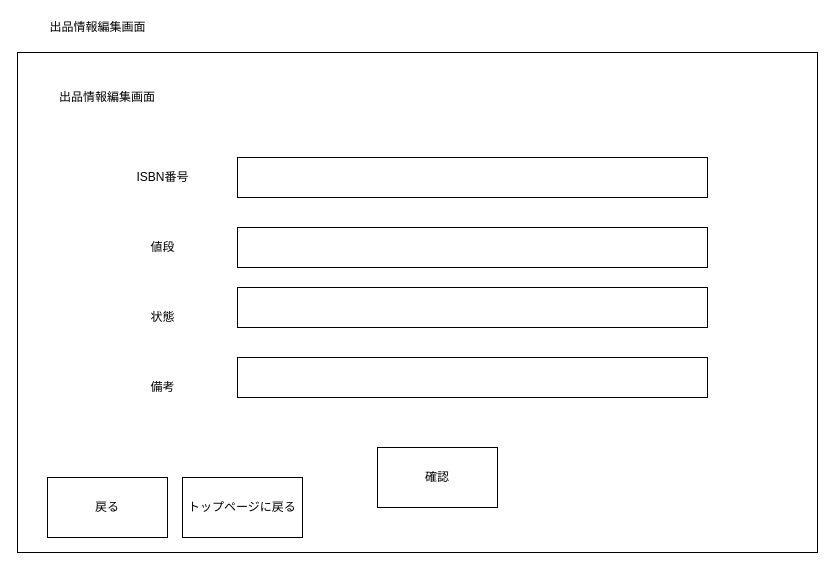
This is レイアウト図/会員画面/出品履歴/出品情報編集画面.drawio from 2022java42-student009/ProjectJava, a draw.io file, before an edit. Source tidied: cells renumbered, new cells numbered last; positions are measured from the earlier drawing's top-left corner, leaving out a move shared by most shapes. Both pictures are drawn from the tidied source at 100%, with x=0, y=0 at pixel (17, 17).
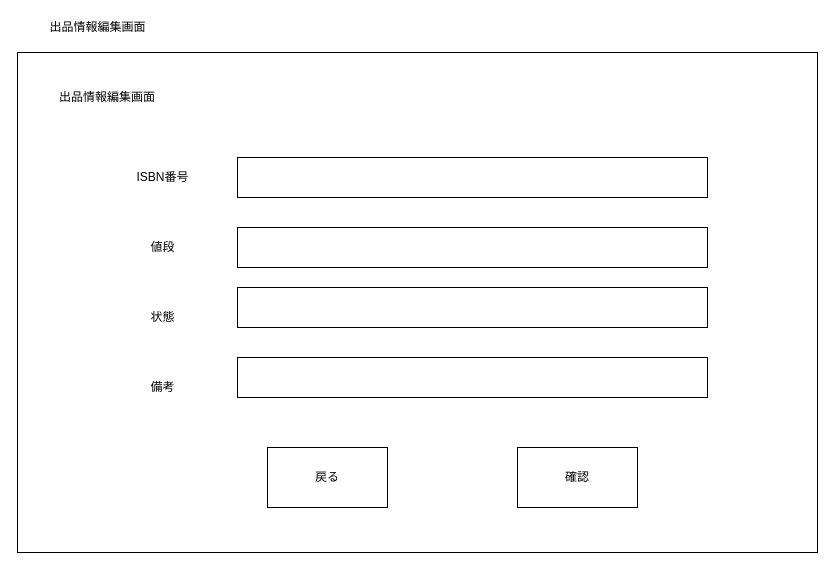
After the change.

The edit, as a diff of the source:
```diff
@@
 <mxGraphModel>
   <root>
     <mxCell id="0" />
     <mxCell id="1" parent="0" />
     <mxCell id="2" value="出品情報編集画面" style="text;html=1;align=center;verticalAlign=middle;strokeColor=none;fillColor=none;" parent="1" vertex="1">
       <mxGeometry x="25" width="110" height="20" as="geometry" />
     </mxCell>
     <mxCell id="3" style="rounded=0;whiteSpace=wrap;html=1;" parent="1" vertex="1">
       <mxGeometry y="35" width="800" height="500" as="geometry" />
     </mxCell>
     <mxCell id="4" value="出品情報編集画面" style="rounded=0;whiteSpace=wrap;html=1;strokeColor=none;" parent="1" vertex="1">
       <mxGeometry x="30" y="50" width="120" height="60" as="geometry" />
     </mxCell>
     <mxCell id="5" style="rounded=0;whiteSpace=wrap;html=1;shadow=0;" parent="1" vertex="1">
       <mxGeometry x="220" y="140" width="470" height="40" as="geometry" />
     </mxCell>
     <mxCell id="6" style="rounded=0;whiteSpace=wrap;html=1;shadow=0;" parent="1" vertex="1">
       <mxGeometry x="220" y="210" width="470" height="40" as="geometry" />
     </mxCell>
     <mxCell id="7" style="rounded=0;whiteSpace=wrap;html=1;shadow=0;" parent="1" vertex="1">
       <mxGeometry x="220" y="270" width="470" height="40" as="geometry" />
     </mxCell>
     <mxCell id="8" style="rounded=0;whiteSpace=wrap;html=1;shadow=0;" parent="1" vertex="1">
       <mxGeometry x="220" y="340" width="470" height="40" as="geometry" />
     </mxCell>
     <mxCell id="9" value="備考" style="text;html=1;align=center;verticalAlign=middle;strokeColor=none;fillColor=none;" parent="1" vertex="1">
       <mxGeometry x="125" y="360" width="40" height="20" as="geometry" />
     </mxCell>
     <mxCell id="10" value="値段" style="text;html=1;align=center;verticalAlign=middle;strokeColor=none;fillColor=none;" parent="1" vertex="1">
       <mxGeometry x="125" y="220" width="40" height="20" as="geometry" />
     </mxCell>
     <mxCell id="11" value="状態" style="text;html=1;align=center;verticalAlign=middle;strokeColor=none;fillColor=none;" parent="1" vertex="1">
       <mxGeometry x="125" y="290" width="40" height="20" as="geometry" />
     </mxCell>
     <mxCell id="12" value="ISBN番号" style="text;html=1;align=center;verticalAlign=middle;strokeColor=none;fillColor=none;" parent="1" vertex="1">
       <mxGeometry x="110" y="150" width="70" height="20" as="geometry" />
     </mxCell>
     <mxCell id="13" value="確認" style="rounded=0;whiteSpace=wrap;html=1;shadow=0;" parent="1" vertex="1">
-      <mxGeometry x="360" y="430" width="120" height="60" as="geometry" />
+      <mxGeometry x="500" y="430" width="120" height="60" as="geometry" />
     </mxCell>
-    <mxCell id="14" value="トップページに戻る" style="rounded=0;whiteSpace=wrap;html=1;" parent="1" vertex="1">
-      <mxGeometry x="165" y="460" width="120" height="60" as="geometry" />
-    </mxCell>
     <mxCell id="15" value="戻る" style="rounded=0;whiteSpace=wrap;html=1;" parent="1" vertex="1">
-      <mxGeometry x="30" y="460" width="120" height="60" as="geometry" />
+      <mxGeometry x="250" y="430" width="120" height="60" as="geometry" />
     </mxCell>
   </root>
 </mxGraphModel>
```
